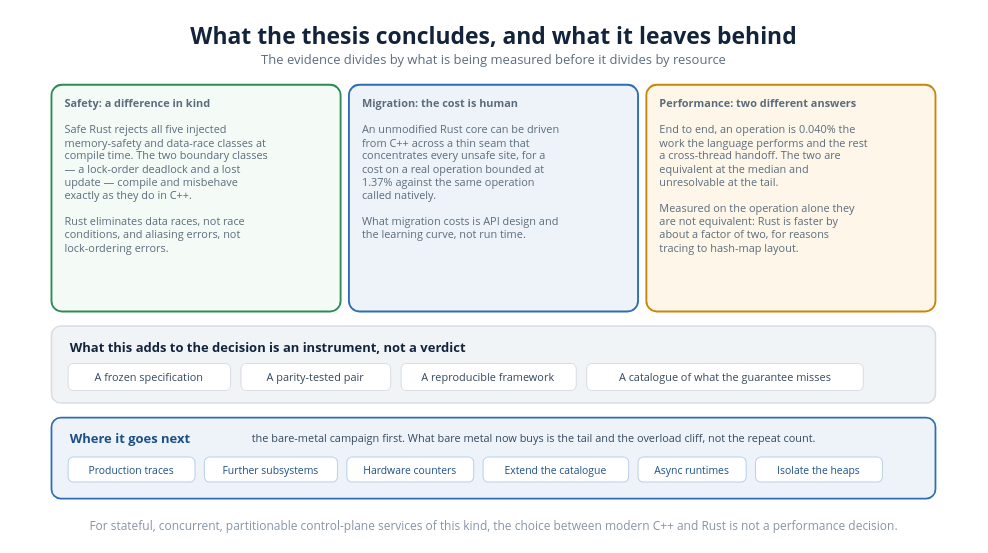
VienThanh12/Master-Thesis keeps this draw.io diagram as diagrams/26_contributions.drawio. Above is the earlier version. Source tidied: cells renumbered, new cells numbered last; positions are measured from the earlier drawing's top-left corner, leaving out a move shared by most shapes. Both pictures are drawn from the tidied source at 104%, with x=0, y=0 at pixel (17, 17).
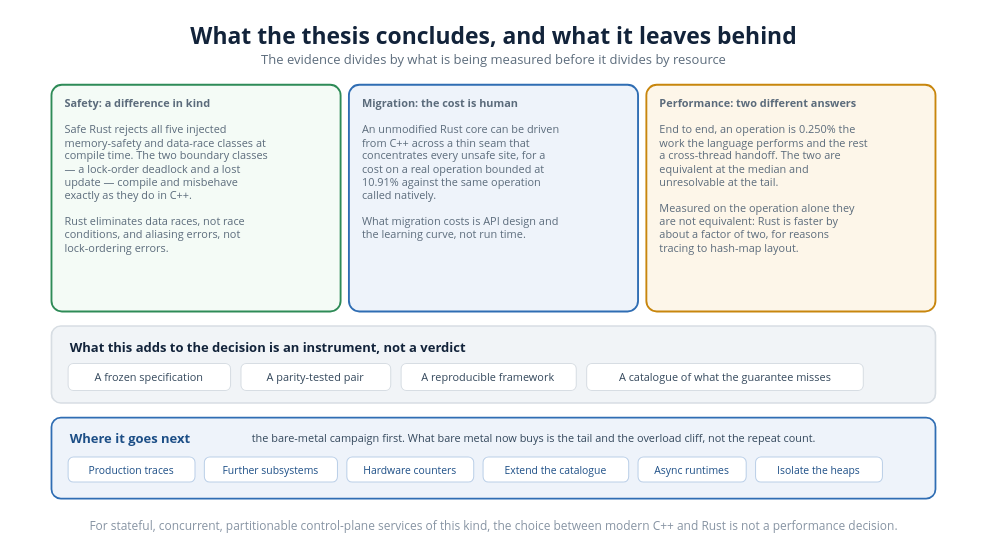
The same diagram, later.

Diff of the diagram source:
```diff
@@
-    <mxCell id="5" value="&lt;b&gt;Migration: the cost is human&lt;/b&gt;&lt;br&gt;&lt;br&gt;An unmodified Rust core can be driven&lt;br&gt;from C++ across a thin seam that&lt;br&gt;concentrates every unsafe site, for a&lt;br&gt;cost on a real operation bounded at&lt;br&gt;1.37% against the same operation&lt;br&gt;called natively.&lt;br&gt;&lt;br&gt;What migration costs is API design and&lt;br&gt;the learning curve, not run time." style="rounded=1;whiteSpace=wrap;html=1;absoluteArcSize=1;arcSize=20;fillColor=#eef3fa;strokeColor=#2f6db3;strokeWidth=1.8;align=left;verticalAlign=top;spacingLeft=11;spacingTop=5;spacingRight=6;fontSize=10.5;fontColor=#5b6b7b;fontFamily=Segoe UI;" parent="1" vertex="1">
+    <mxCell id="5" value="&lt;b&gt;Migration: the cost is human&lt;/b&gt;&lt;br&gt;&lt;br&gt;An unmodified Rust core can be driven&lt;br&gt;from C++ across a thin seam that&lt;br&gt;concentrates every unsafe site, for a&lt;br&gt;cost on a real operation bounded at&lt;br&gt;10.91% against the same operation&lt;br&gt;called natively.&lt;br&gt;&lt;br&gt;What migration costs is API design and&lt;br&gt;the learning curve, not run time." style="rounded=1;whiteSpace=wrap;html=1;absoluteArcSize=1;arcSize=20;fillColor=#eef3fa;strokeColor=#2f6db3;strokeWidth=1.8;align=left;verticalAlign=top;spacingLeft=11;spacingTop=5;spacingRight=6;fontSize=10.5;fontColor=#5b6b7b;fontFamily=Segoe UI;" parent="1" vertex="1">
       <mxGeometry x="319" y="65" width="278" height="218" as="geometry" />
     </mxCell>
-    <mxCell id="6" value="&lt;b&gt;Performance: two different answers&lt;/b&gt;&lt;br&gt;&lt;br&gt;End to end, an operation is 0.040% the&lt;br&gt;work the language performs and the rest&lt;br&gt;a cross-thread handoff. The two are&lt;br&gt;equivalent at the median and&lt;br&gt;unresolvable at the tail.&lt;br&gt;&lt;br&gt;Measured on the operation alone they&lt;br&gt;are not equivalent: Rust is faster by&lt;br&gt;about a factor of two, for reasons&lt;br&gt;tracing to hash-map layout." style="rounded=1;whiteSpace=wrap;html=1;absoluteArcSize=1;arcSize=20;fillColor=#fdf6e9;strokeColor=#c8860d;strokeWidth=1.8;align=left;verticalAlign=top;spacingLeft=11;spacingTop=5;spacingRight=6;fontSize=10.5;fontColor=#5b6b7b;fontFamily=Segoe UI;" parent="1" vertex="1">
+    <mxCell id="6" value="&lt;b&gt;Performance: two different answers&lt;/b&gt;&lt;br&gt;&lt;br&gt;End to end, an operation is 0.250% the&lt;br&gt;work the language performs and the rest&lt;br&gt;a cross-thread handoff. The two are&lt;br&gt;equivalent at the median and&lt;br&gt;unresolvable at the tail.&lt;br&gt;&lt;br&gt;Measured on the operation alone they&lt;br&gt;are not equivalent: Rust is faster by&lt;br&gt;about a factor of two, for reasons&lt;br&gt;tracing to hash-map layout." style="rounded=1;whiteSpace=wrap;html=1;absoluteArcSize=1;arcSize=20;fillColor=#fdf6e9;strokeColor=#c8860d;strokeWidth=1.8;align=left;verticalAlign=top;spacingLeft=11;spacingTop=5;spacingRight=6;fontSize=10.5;fontColor=#5b6b7b;fontFamily=Segoe UI;" parent="1" vertex="1">
       <mxGeometry x="605" y="65" width="278" height="218" as="geometry" />
     </mxCell>
```
